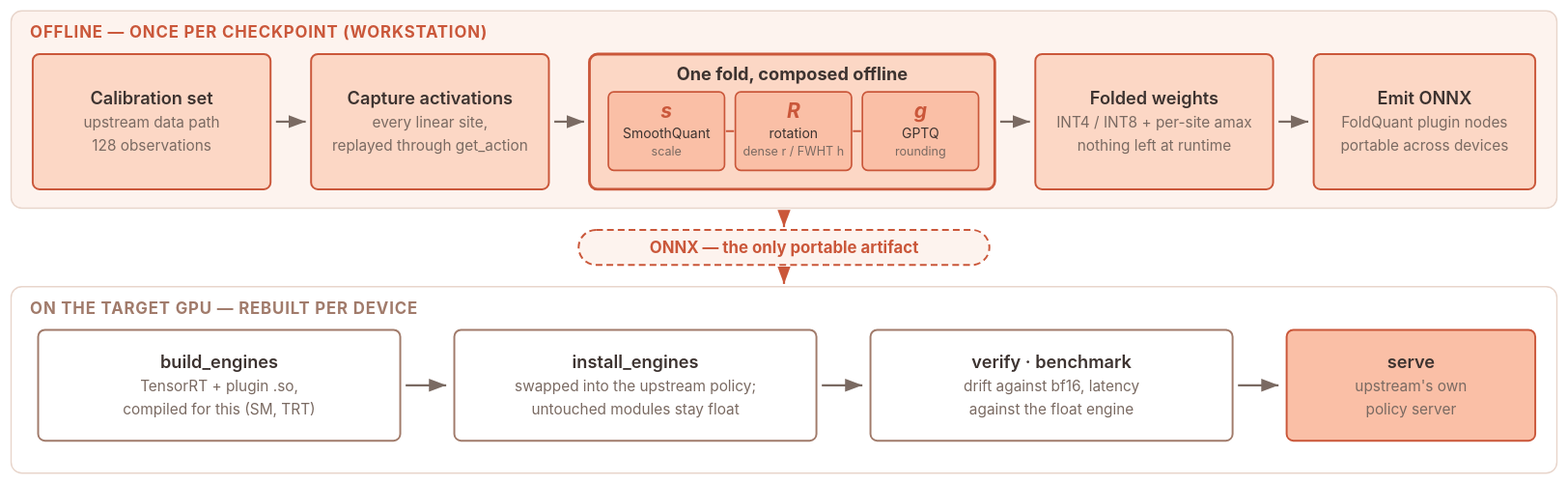
cair-vinuni/FoldQuantVLA keeps this draw.io diagram as docs/assets/foldquant-pipeline.svg. Above is the earlier version. Source tidied: cells renumbered, new cells last; positions are measured from the earlier drawing's top-left corner, leaving out a move shared by most shapes.
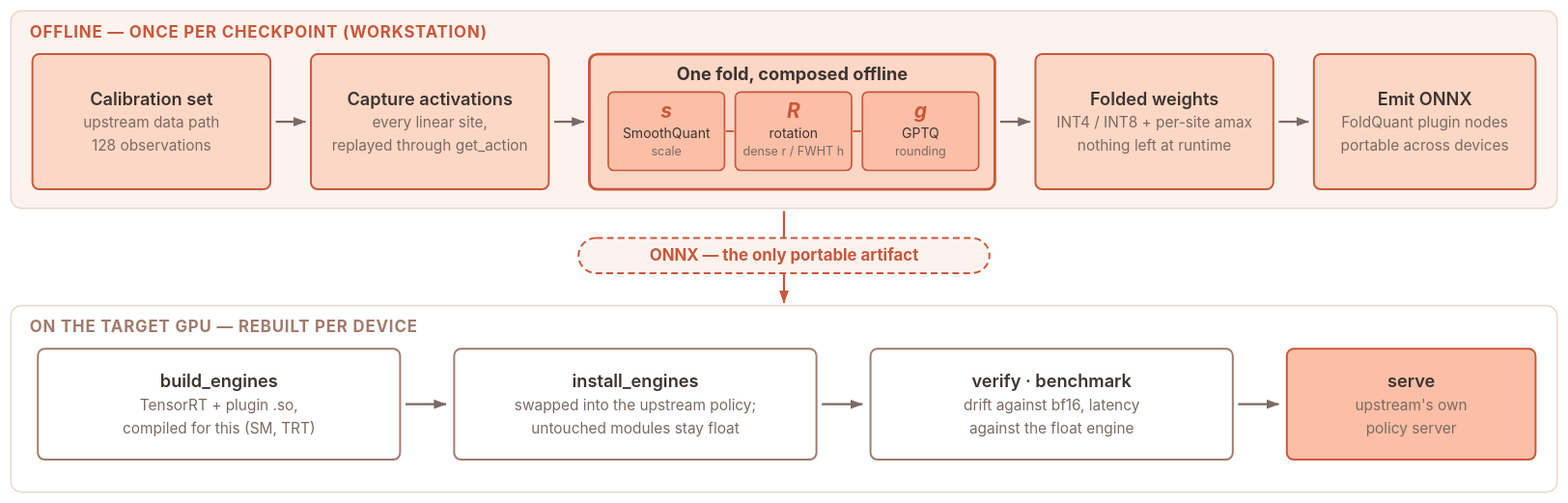
After the commit.

Commit message:
README figures: arrowheads sized in user space, and the last arrow reaches

Diff of the diagram source:
```diff
@@ -6,7 +6,7 @@
       <mxGeometry width="1144" height="146" as="geometry" />
     </mxCell>
     <mxCell id="3" value="ON THE TARGET GPU - REBUILT PER DEVICE" style="rounded=1;fillColor=#ffffff;strokeColor=#e8d5cb;verticalAlign=top;align=left;spacingLeft=12;fontSize=12;fontStyle=1;fontColor=#a17b6b;" parent="1" vertex="1">
-      <mxGeometry y="204" width="1144" height="138" as="geometry" />
+      <mxGeometry y="218" width="1144" height="138" as="geometry" />
     </mxCell>
     <mxCell id="4" value="Calibration set" style="rounded=1;fillColor=#fcd7c5;strokeColor=#ca573a;fontStyle=1;" parent="1" vertex="1">
       <mxGeometry x="16" y="32" width="176" height="100" as="geometry" />
@@ -33,19 +33,19 @@
       <mxGeometry x="964" y="32" width="164" height="100" as="geometry" />
     </mxCell>
     <mxCell id="12" value="ONNX - the only portable artifact" style="rounded=1;arcSize=50;dashed=1;fillColor=#fdf3ee;strokeColor=#ca573a;fontColor=#ca573a;fontStyle=1;" parent="1" vertex="1">
-      <mxGeometry x="420" y="162" width="304" height="26" as="geometry" />
+      <mxGeometry x="420" y="168" width="304" height="26" as="geometry" />
     </mxCell>
     <mxCell id="13" value="build_engines" style="rounded=1;fillColor=#ffffff;strokeColor=#a17b6b;fontStyle=1;" parent="1" vertex="1">
-      <mxGeometry x="20" y="236" width="268" height="82" as="geometry" />
+      <mxGeometry x="20" y="250" width="268" height="82" as="geometry" />
     </mxCell>
     <mxCell id="14" value="install_engines" style="rounded=1;fillColor=#ffffff;strokeColor=#a17b6b;fontStyle=1;" parent="1" vertex="1">
-      <mxGeometry x="328" y="236" width="268" height="82" as="geometry" />
+      <mxGeometry x="328" y="250" width="268" height="82" as="geometry" />
     </mxCell>
     <mxCell id="15" value="verify / benchmark" style="rounded=1;fillColor=#ffffff;strokeColor=#a17b6b;fontStyle=1;" parent="1" vertex="1">
-      <mxGeometry x="636" y="236" width="268" height="82" as="geometry" />
+      <mxGeometry x="636" y="250" width="268" height="82" as="geometry" />
     </mxCell>
     <mxCell id="16" value="serve" style="rounded=1;fillColor=#fabfa6;strokeColor=#ca573a;fontStyle=1;" parent="1" vertex="1">
-      <mxGeometry x="944" y="236" width="184" height="82" as="geometry" />
+      <mxGeometry x="944" y="250" width="184" height="82" as="geometry" />
     </mxCell>
     <mxCell id="17" style="edgeStyle=orthogonalEdgeStyle;strokeColor=#7a6a62;" parent="1" edge="1" source="4" target="5">
       <mxGeometry relative="1" as="geometry" />
@@ -59,12 +59,9 @@
     <mxCell id="20" style="edgeStyle=orthogonalEdgeStyle;strokeColor=#7a6a62;" parent="1" edge="1" source="10" target="11">
       <mxGeometry relative="1" as="geometry" />
     </mxCell>
-    <mxCell id="21" style="edgeStyle=orthogonalEdgeStyle;dashed=1;strokeColor=#ca573a;" parent="1" edge="1" source="2" target="12">
+    <mxCell id="21" style="edgeStyle=orthogonalEdgeStyle;dashed=1;strokeColor=#ca573a;" parent="1" edge="1" source="2" target="3">
       <mxGeometry relative="1" as="geometry" />
     </mxCell>
-    <mxCell id="22" style="edgeStyle=orthogonalEdgeStyle;dashed=1;strokeColor=#ca573a;" parent="1" edge="1" source="12" target="3">
-      <mxGeometry relative="1" as="geometry" />
-    </mxCell>
     <mxCell id="23" style="edgeStyle=orthogonalEdgeStyle;strokeColor=#7a6a62;" parent="1" edge="1" source="13" target="14">
       <mxGeometry relative="1" as="geometry" />
     </mxCell>
```
